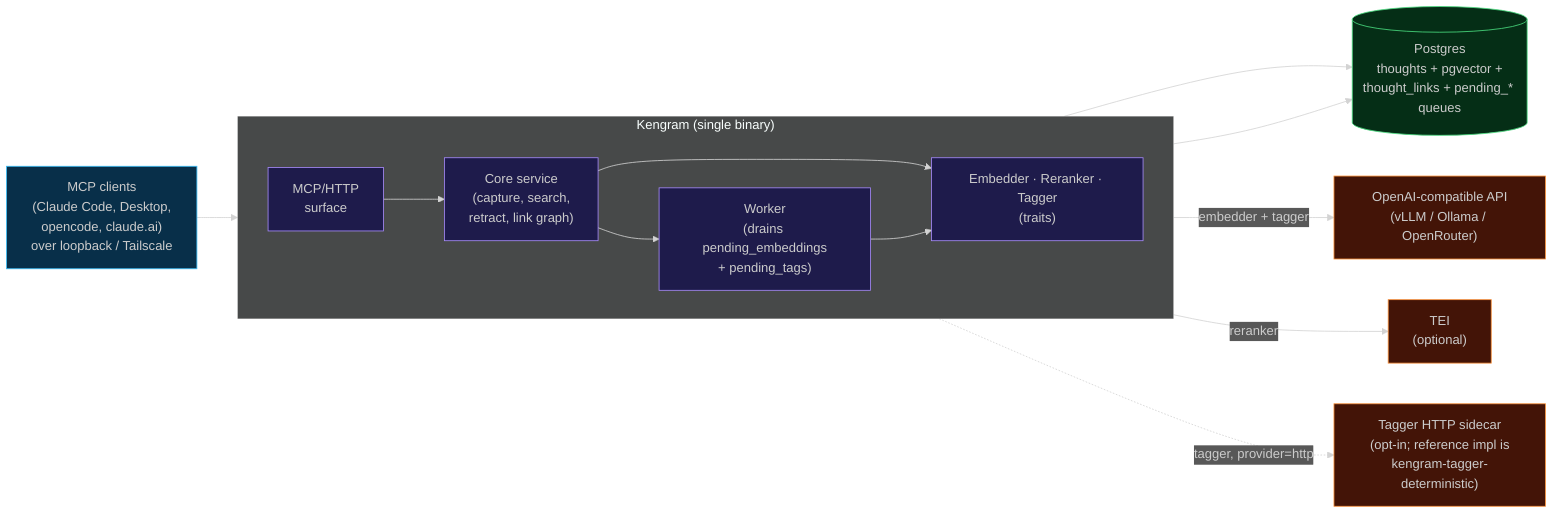
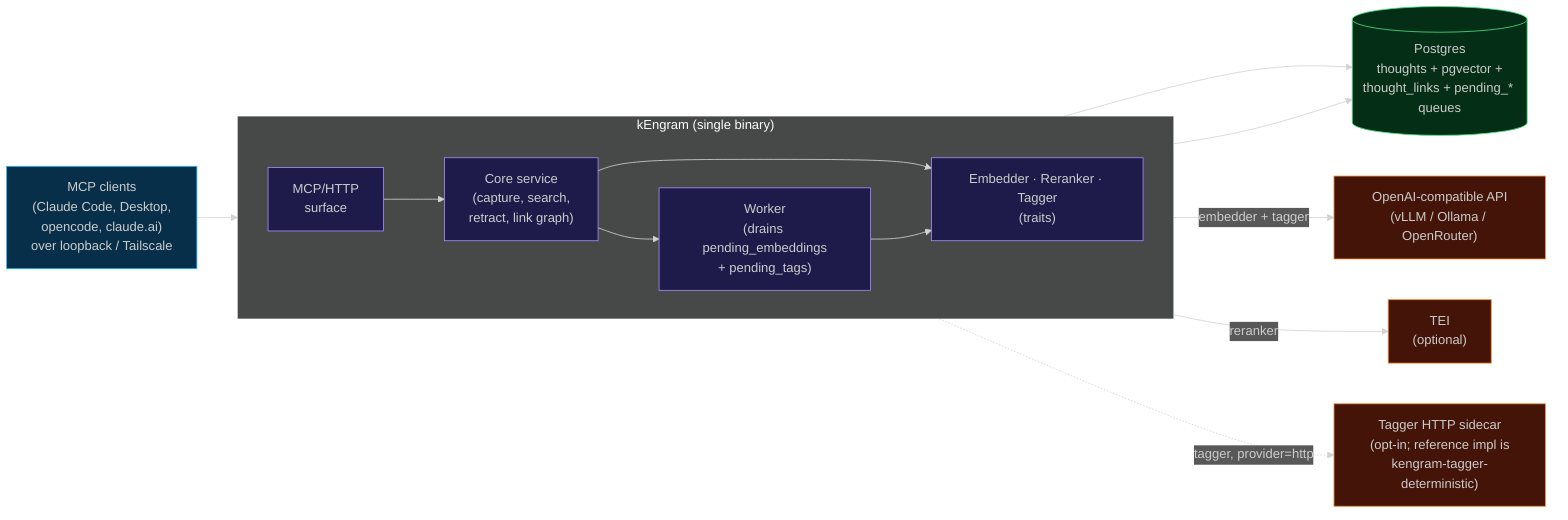
  %%{init: {'theme': 'dark'}}%%
  flowchart LR
-    subgraph kengram["Kengram (single binary)"]
+    subgraph kengram["kEngram (single binary)"]
      direction LR
          mcpHttp["MCP/HTTP<br>surface"]
          coreService["Core service<br>(capture, search,<br>retract, link graph)"]
          worker["Worker<br>(drains pending_embeddings<br>+ pending_tags)"]
          traits["Embedder · Reranker · Tagger<br>(traits)"]
    end
      clients["MCP clients<br>(Claude Code, Desktop,<br>opencode, claude.ai)<br>over loopback / Tailscale"] --> mcpHttp
      mcpHttp --> coreService
      coreService --> worker & traits & postgres
      worker --> traits & postgres
      traits -->|embedder + tagger| llm["OpenAI-compatible API<br>(vLLM / Ollama / OpenRouter)"]
      traits -->|reranker| tei["TEI<br>(optional)"]
      traits -.->|tagger, provider=http| sidecar["Tagger HTTP sidecar<br>(opt-in; reference impl is<br>kengram-tagger-deterministic)"]
      postgres[("Postgres<br>thoughts + pgvector +<br>thought_links + pending_* queues")]

  mcpHttp:::kengram
  coreService:::kengram
  worker:::kengram
  traits:::kengram

       clients:::clients
       llm:::compute
       tei:::compute
       sidecar:::compute
       postgres:::storage
      classDef clients fill:#082f49,stroke:#38bdf8
      classDef kengram fill:#1e1b4b,stroke:#a78bfa
      classDef compute fill:#431407,stroke:#fb923c
      classDef storage fill:#052e16,stroke:#4ade80
      classDef external fill:#2c0a0a,stroke:#f87171